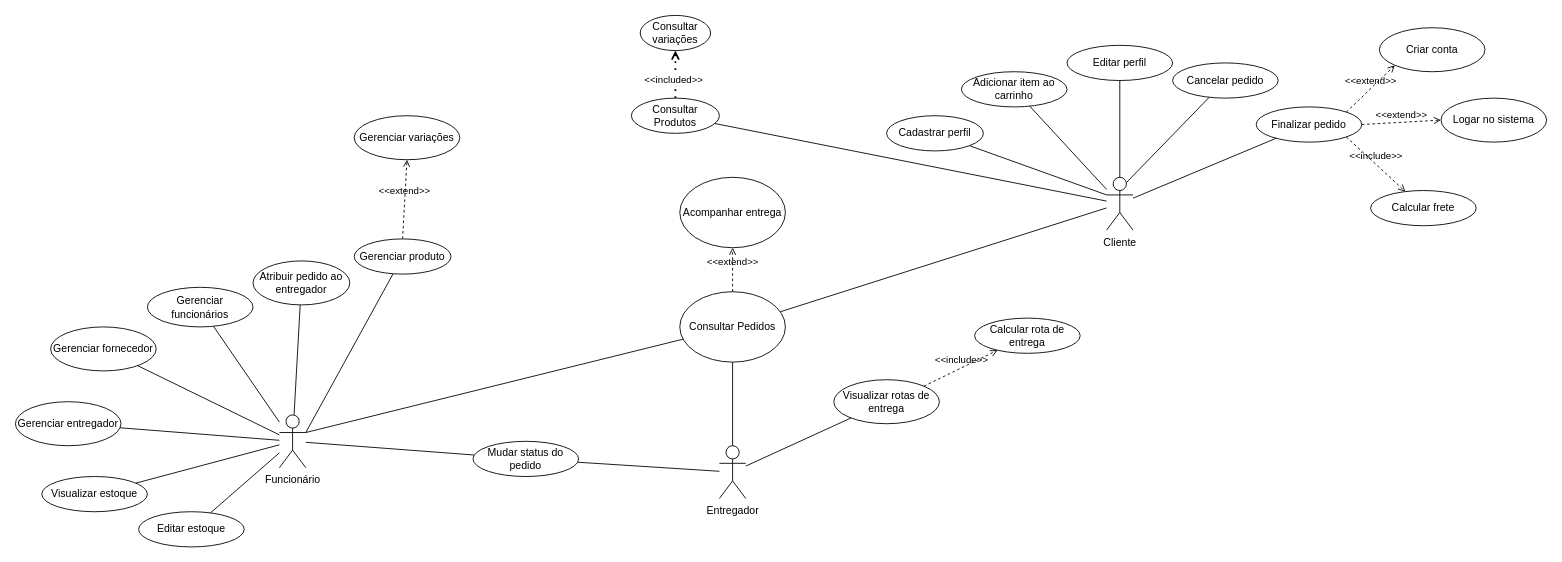
The draw.io diagram database/documentacao/diagramaCasosDeUso.drawio in Carolinyr9/amor-na-casquinha, before the edit. Source tidied: cells renumbered, new cells numbered last; positions are measured from the earlier drawing's top-left corner, leaving out a move shared by most shapes. Both pictures are drawn from the tidied source at 88%, with x=0, y=0 at pixel (15, 15).
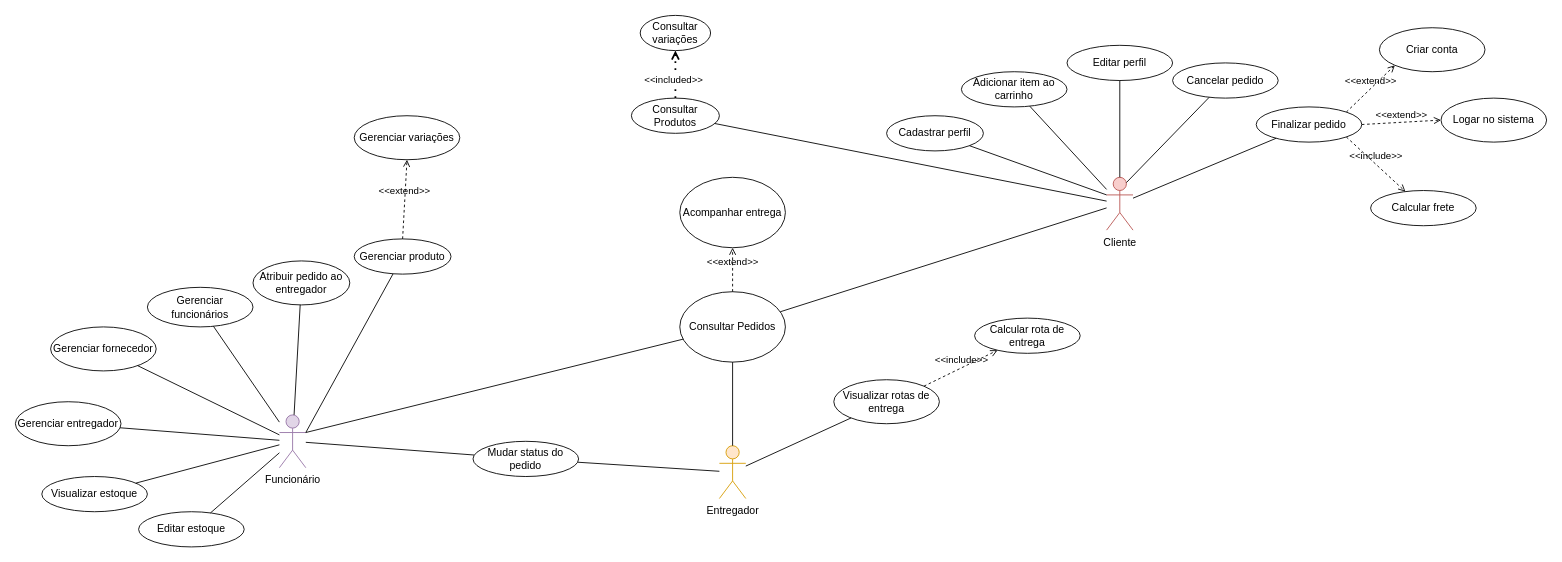
The same diagram, later.

What changed in the source:
```diff
@@
-    <mxCell id="2" value="Cliente&lt;div&gt;&lt;br&gt;&lt;/div&gt;" style="shape=umlActor;verticalLabelPosition=bottom;verticalAlign=top;html=1;outlineConnect=0;" parent="1" vertex="1">
+    <mxCell id="2" value="Cliente&lt;div&gt;&lt;br&gt;&lt;/div&gt;" style="shape=umlActor;verticalLabelPosition=bottom;verticalAlign=top;html=1;outlineConnect=0;fillColor=#f8cecc;strokeColor=#b85450;" parent="1" vertex="1">
       <mxGeometry x="1240" y="184" width="30" height="60" as="geometry" />
     </mxCell>
@@
-    <mxCell id="11" value="Funcionário" style="shape=umlActor;verticalLabelPosition=bottom;verticalAlign=top;html=1;outlineConnect=0;" parent="1" vertex="1">
+    <mxCell id="11" value="Funcionário" style="shape=umlActor;verticalLabelPosition=bottom;verticalAlign=top;html=1;outlineConnect=0;fillColor=#e1d5e7;strokeColor=#9673a6;" parent="1" vertex="1">
       <mxGeometry x="300" y="454" width="30" height="60" as="geometry" />
     </mxCell>
@@
-    <mxCell id="16" value="Entregador" style="shape=umlActor;verticalLabelPosition=bottom;verticalAlign=top;html=1;outlineConnect=0;" parent="1" vertex="1">
+    <mxCell id="16" value="Entregador" style="shape=umlActor;verticalLabelPosition=bottom;verticalAlign=top;html=1;outlineConnect=0;fillColor=#ffe6cc;strokeColor=#d79b00;" parent="1" vertex="1">
       <mxGeometry x="800" y="489" width="30" height="60" as="geometry" />
     </mxCell>
```
